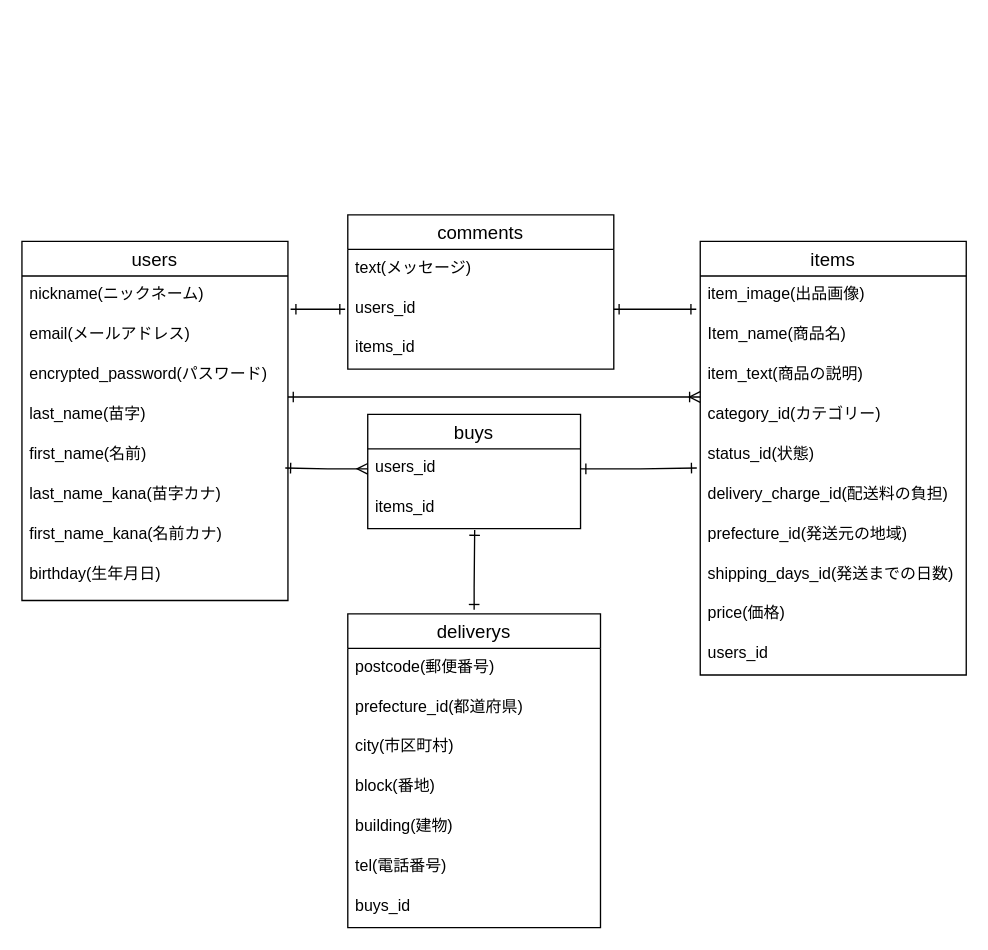
hiroaki-inori/furima-35425 keeps this draw.io diagram as er.dio. Above is the earlier version. Source tidied: cells renumbered, new cells numbered last; positions are measured from the earlier drawing's top-left corner, leaving out a move shared by most shapes. Both pictures are drawn from the tidied source at 133%, with x=0, y=0 at pixel (21, 214).
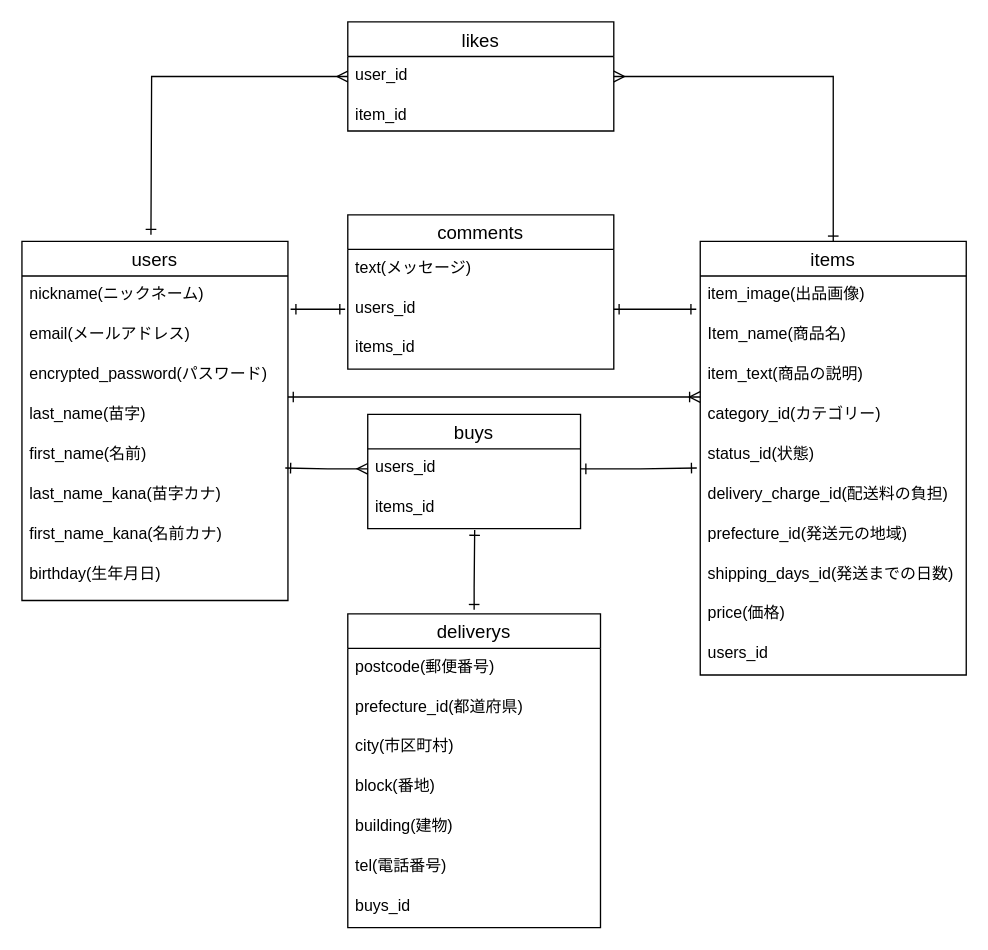
After the change.

The change refers to these unchanged cells:
```xml
<mxCell id="11" value="items" style="swimlane;fontStyle=0;horizontal=1;startSize=26;align=center;fontSize=14;" parent="1" vertex="1">
  <mxGeometry x="510" y="20" width="200" height="326" as="geometry" />
</mxCell>
```

Change to the diagram source:
```diff
@@
+    <mxCell id="43" value="likes" style="swimlane;fontStyle=0;horizontal=1;startSize=26;align=center;fontSize=14;" parent="1" vertex="1">
+      <mxGeometry x="245" y="-145" width="200" height="82" as="geometry" />
+    </mxCell>
+    <mxCell id="44" value="user_id" style="text;strokeColor=none;fillColor=none;spacingLeft=4;spacingRight=4;overflow=hidden;points=[[0,0.5],[1,0.5]];portConstraint=eastwest;fontSize=12;" parent="43" vertex="1">
+      <mxGeometry y="26" width="200" height="30" as="geometry" />
+    </mxCell>
+    <mxCell id="45" value="item_id" style="text;strokeColor=none;fillColor=none;spacingLeft=4;spacingRight=4;overflow=hidden;fontSize=12;" parent="43" vertex="1">
+      <mxGeometry y="56" width="200" height="26" as="geometry" />
+    </mxCell>
+    <mxCell id="46" style="edgeStyle=orthogonalEdgeStyle;rounded=0;jettySize=auto;html=1;endArrow=ERone;endFill=0;startArrow=ERmany;startFill=0;" parent="1" edge="1" source="44">
+      <mxGeometry relative="1" as="geometry">
+        <mxPoint x="97" y="15" as="targetPoint" />
+      </mxGeometry>
+    </mxCell>
+    <mxCell id="47" style="edgeStyle=orthogonalEdgeStyle;rounded=0;jettySize=auto;html=1;exitX=1;exitY=0.5;exitDx=0;exitDy=0;entryX=0.5;entryY=0;entryDx=0;entryDy=0;startArrow=ERmany;startFill=0;endArrow=ERone;endFill=0;" parent="1" edge="1" source="44" target="11">
+      <mxGeometry relative="1" as="geometry" />
+    </mxCell>
```
